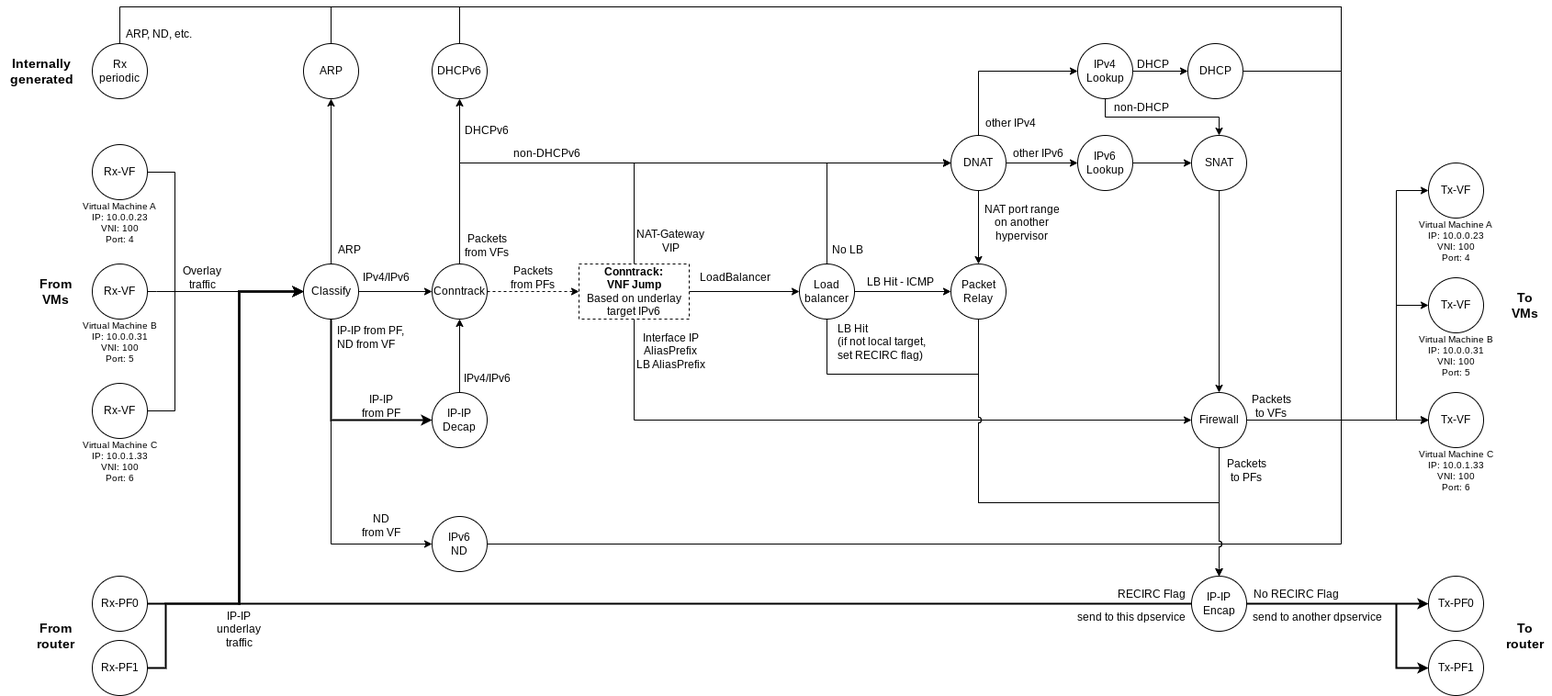
ironcore-dev/dpservice keeps this draw.io diagram as docs/sys_design/dpservice_dataplane.drawio.png. Above is the earlier version. Source tidied: cells renumbered, new cells last; positions are measured from the earlier drawing's top-left corner, leaving out a move shared by most shapes.
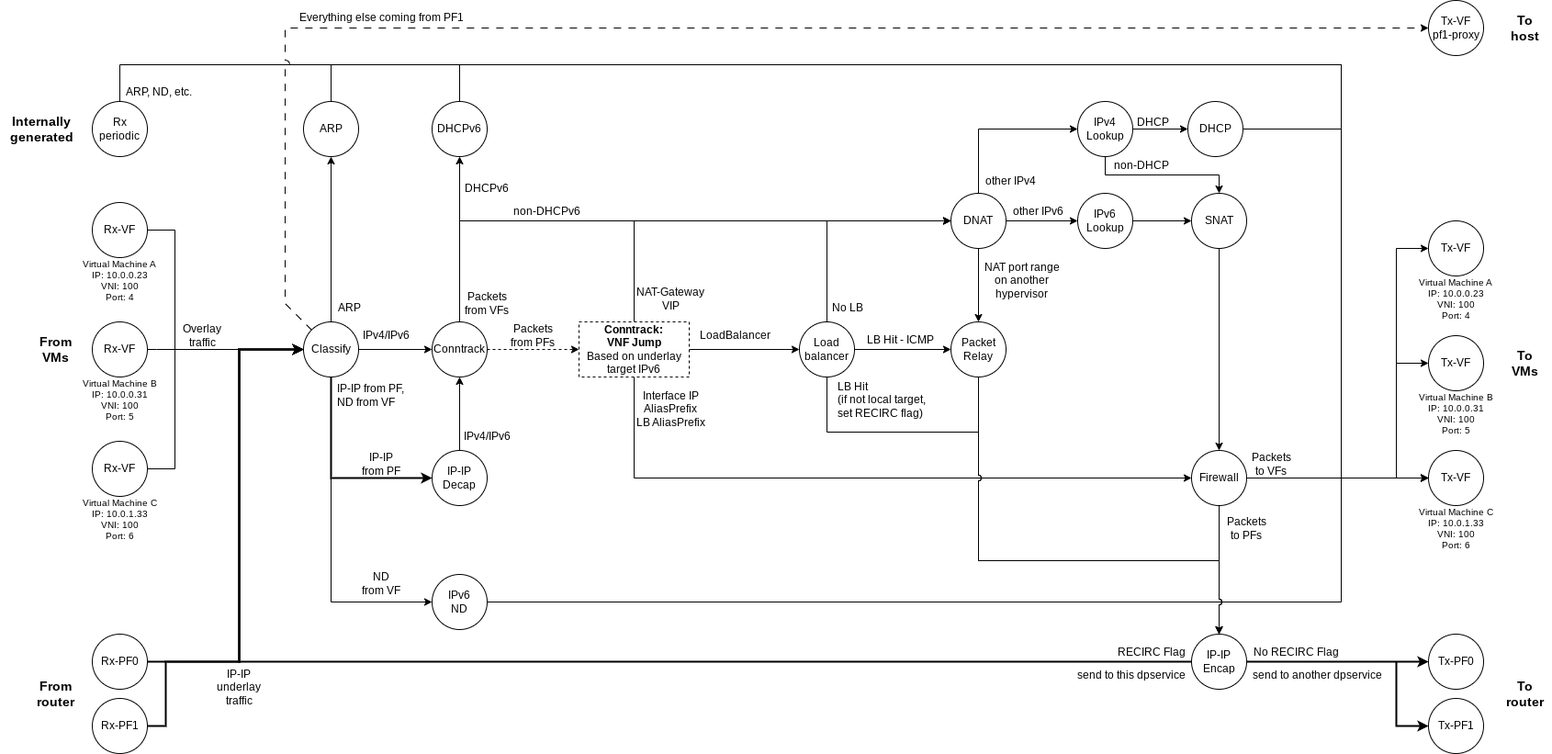
Later version of the same file.

Commit message:
Update dataplane schema for pf1-proxy

The edit, as a diff of the source:
```diff
@@ -430,5 +430,22 @@
     <mxCell id="110" value="non-DHCPv6" style="text;html=1;strokeColor=none;fillColor=none;align=center;verticalAlign=middle;whiteSpace=wrap;rounded=0;" parent="1" vertex="1">
       <mxGeometry x="550" y="145" width="90" height="30" as="geometry" />
     </mxCell>
+    <mxCell id="111" style="endArrow=classic;html=1;rounded=0;exitX=0;exitY=0;exitDx=0;exitDy=0;entryX=0;entryY=0.5;entryDx=0;entryDy=0;jumpStyle=arc;dashed=1;dashPattern=8 8;jumpSize=10;" parent="1" edge="1" source="17" target="113">
+      <mxGeometry relative="1" as="geometry">
+        <Array as="points">
+          <mxPoint x="310" y="260" />
+          <mxPoint x="310" y="-40" />
+        </Array>
+      </mxGeometry>
+    </mxCell>
+    <mxCell id="112" value="Everything else coming from PF1" style="text;html=1;align=center;verticalAlign=middle;whiteSpace=wrap;rounded=0;" parent="1" vertex="1">
+      <mxGeometry x="310" y="-66" width="210" height="30" as="geometry" />
+    </mxCell>
+    <mxCell id="113" value="Tx-VF&lt;br&gt;&lt;div&gt;pf1-proxy&lt;/div&gt;" style="ellipse;whiteSpace=wrap;html=1;" parent="1" vertex="1">
+      <mxGeometry x="1555" y="-70" width="60" height="60" as="geometry" />
+    </mxCell>
+    <mxCell id="114" value="To&lt;br&gt;host" style="text;html=1;strokeColor=none;fillColor=none;align=center;verticalAlign=middle;whiteSpace=wrap;rounded=0;fontStyle=1;fontSize=14;" parent="1" vertex="1">
+      <mxGeometry x="1630" y="-55" width="60" height="30" as="geometry" />
+    </mxCell>
   </root>
 </mxGraphModel>
```
